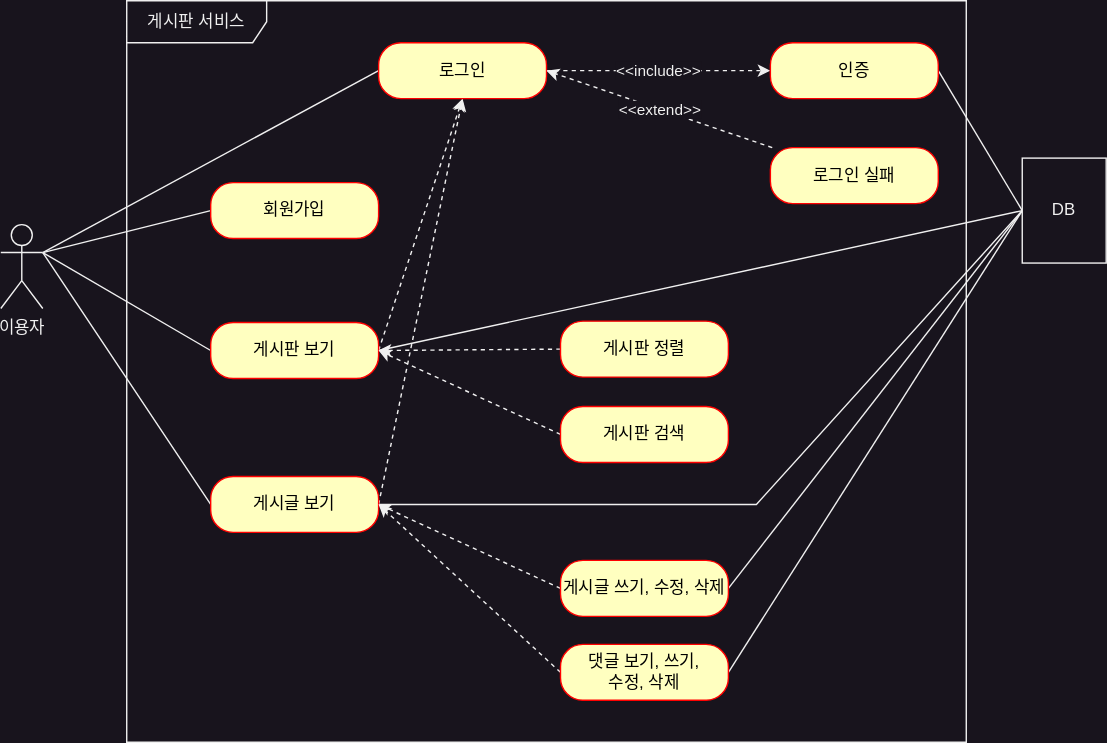
Above: document/use-case.svg in godori93/board (draw.io), before the change. Source tidied: cells renumbered, new cells last; positions are measured from the earlier drawing's top-left corner, leaving out a move shared by most shapes.
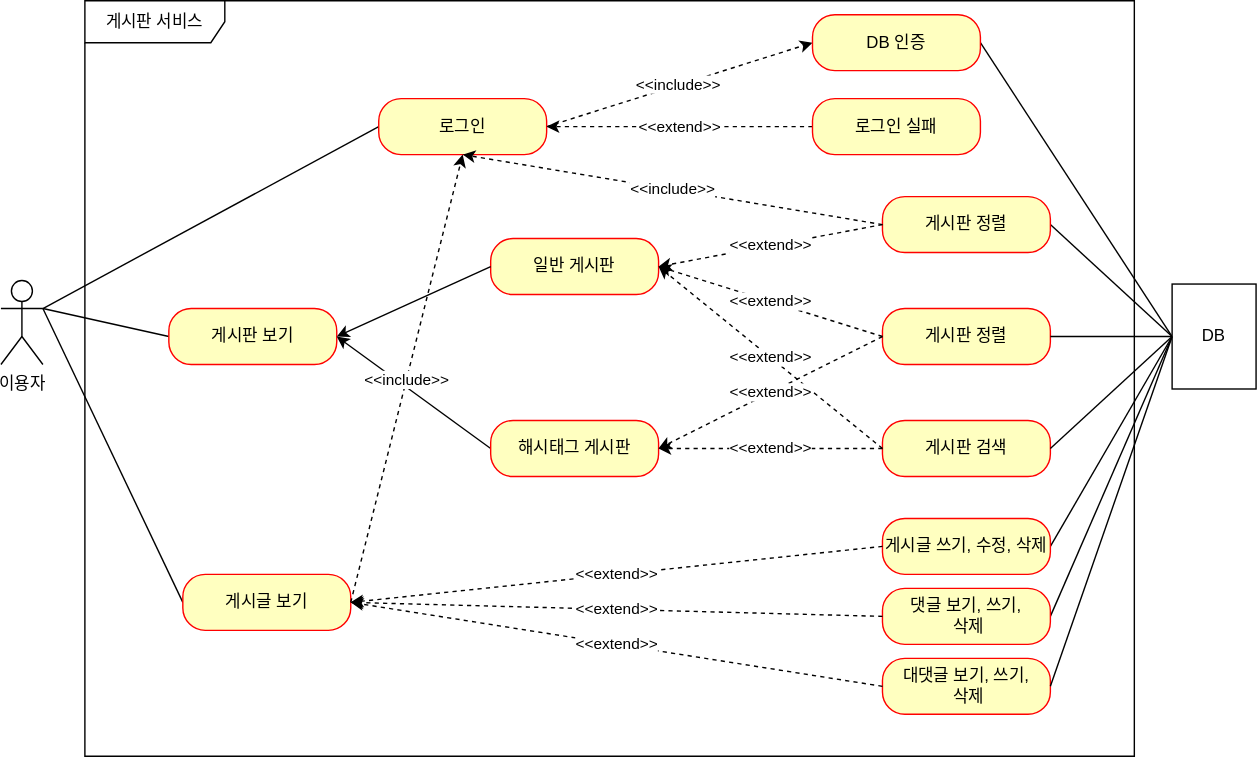
Later version of the same file.

The edit, as a diff of the source:
```diff
@@ -2,109 +2,132 @@
   <root>
     <mxCell id="0" />
     <mxCell id="1" parent="0" />
-    <mxCell id="2" style="rounded=0;jettySize=auto;html=1;exitX=1;exitY=0.3333333333333333;exitDx=0;exitDy=0;exitPerimeter=0;entryX=0;entryY=0.5;entryDx=0;entryDy=0;endArrow=none;endFill=0;" parent="1" edge="1" source="3" target="5">
-      <mxGeometry relative="1" as="geometry" />
-    </mxCell>
     <mxCell id="3" value="이용자" style="shape=umlActor;verticalLabelPosition=bottom;verticalAlign=top;html=1;" parent="1" vertex="1">
-      <mxGeometry y="160" width="30" height="60" as="geometry" />
+      <mxGeometry x="-40" y="150" width="30" height="60" as="geometry" />
     </mxCell>
     <mxCell id="4" value="게시판 서비스" style="shape=umlFrame;whiteSpace=wrap;html=1;width=100;height=30;" parent="1" vertex="1">
-      <mxGeometry x="90" width="600" height="530" as="geometry" />
+      <mxGeometry x="20" y="-50" width="750" height="540" as="geometry" />
     </mxCell>
-    <mxCell id="5" value="회원가입" style="rounded=1;whiteSpace=wrap;html=1;arcSize=40;fontColor=#000000;fillColor=#ffffc0;strokeColor=#ff0000;" parent="1" vertex="1">
-      <mxGeometry x="150" y="130" width="120" height="40" as="geometry" />
-    </mxCell>
     <mxCell id="6" style="rounded=0;jettySize=auto;html=1;exitX=0;exitY=0.5;exitDx=0;exitDy=0;entryX=1;entryY=0.3333333333333333;entryDx=0;entryDy=0;entryPerimeter=0;endArrow=none;endFill=0;" parent="1" edge="1" source="9" target="3">
       <mxGeometry relative="1" as="geometry" />
     </mxCell>
-    <mxCell id="7" style="rounded=0;jettySize=auto;html=1;exitX=1;exitY=0.5;exitDx=0;exitDy=0;entryX=0.5;entryY=1;entryDx=0;entryDy=0;dashed=1;" parent="1" edge="1" source="9" target="16">
-      <mxGeometry relative="1" as="geometry" />
-    </mxCell>
-    <mxCell id="8" style="rounded=0;jettySize=auto;html=1;exitX=1;exitY=0.5;exitDx=0;exitDy=0;entryX=0;entryY=0.5;entryDx=0;entryDy=0;endArrow=none;endFill=0;" parent="1" edge="1" source="9" target="31">
+    <mxCell id="8" style="rounded=0;jettySize=auto;html=1;exitX=1;exitY=0.5;exitDx=0;exitDy=0;entryX=0;entryY=0.5;entryDx=0;entryDy=0;endArrow=none;endFill=0;" parent="1" edge="1" source="24" target="31">
       <mxGeometry relative="1" as="geometry" />
     </mxCell>
     <mxCell id="9" value="게시판 보기" style="rounded=1;whiteSpace=wrap;html=1;arcSize=40;fontColor=#000000;fillColor=#ffffc0;strokeColor=#ff0000;" parent="1" vertex="1">
-      <mxGeometry x="150" y="230" width="120" height="40" as="geometry" />
+      <mxGeometry x="80" y="170" width="120" height="40" as="geometry" />
     </mxCell>
-    <mxCell id="10" style="rounded=0;jettySize=auto;html=1;exitX=0;exitY=0.5;exitDx=0;exitDy=0;endArrow=none;endFill=0;" parent="1" edge="1" source="13">
-      <mxGeometry relative="1" as="geometry">
-        <mxPoint x="30" y="180" as="targetPoint" />
-      </mxGeometry>
+    <mxCell id="10" style="rounded=0;jettySize=auto;html=1;exitX=0;exitY=0.5;exitDx=0;exitDy=0;endArrow=none;endFill=0;entryX=1;entryY=0.3333333333333333;entryDx=0;entryDy=0;entryPerimeter=0;" parent="1" edge="1" source="13" target="3">
+      <mxGeometry relative="1" as="geometry" />
     </mxCell>
-    <mxCell id="11" style="rounded=0;jettySize=auto;html=1;exitX=1;exitY=0.5;exitDx=0;exitDy=0;entryX=0.5;entryY=1;entryDx=0;entryDy=0;dashed=1;" parent="1" edge="1" source="13" target="16">
-      <mxGeometry relative="1" as="geometry" />
-    </mxCell>
-    <mxCell id="12" style="rounded=0;jettySize=auto;html=1;exitX=1;exitY=0.5;exitDx=0;exitDy=0;entryX=0;entryY=0.5;entryDx=0;entryDy=0;endArrow=none;endFill=0;" parent="1" edge="1" source="13" target="31">
-      <mxGeometry relative="1" as="geometry">
-        <Array as="points">
-          <mxPoint x="540" y="360" />
-        </Array>
-      </mxGeometry>
-    </mxCell>
     <mxCell id="13" value="게시글 보기" style="rounded=1;whiteSpace=wrap;html=1;arcSize=40;fontColor=#000000;fillColor=#ffffc0;strokeColor=#ff0000;" parent="1" vertex="1">
-      <mxGeometry x="150" y="340" width="120" height="40" as="geometry" />
+      <mxGeometry x="90" y="360" width="120" height="40" as="geometry" />
     </mxCell>
     <mxCell id="14" style="rounded=0;jettySize=auto;html=1;exitX=0;exitY=0.5;exitDx=0;exitDy=0;endArrow=none;endFill=0;" parent="1" edge="1" source="16">
       <mxGeometry relative="1" as="geometry">
-        <mxPoint x="30" y="180" as="targetPoint" />
+        <mxPoint x="-10" y="170" as="targetPoint" />
       </mxGeometry>
     </mxCell>
     <mxCell id="15" value="&amp;lt;&amp;lt;include&amp;gt;&amp;gt;" style="rounded=0;jettySize=auto;html=1;exitX=1;exitY=0.5;exitDx=0;exitDy=0;entryX=0;entryY=0.5;entryDx=0;entryDy=0;endArrow=classic;endFill=1;dashed=1;" parent="1" edge="1" source="16" target="18">
       <mxGeometry relative="1" as="geometry" />
     </mxCell>
     <mxCell id="16" value="로그인" style="rounded=1;whiteSpace=wrap;html=1;arcSize=40;fontColor=#000000;fillColor=#ffffc0;strokeColor=#ff0000;" parent="1" vertex="1">
-      <mxGeometry x="270" y="30" width="120" height="40" as="geometry" />
+      <mxGeometry x="230" y="20" width="120" height="40" as="geometry" />
     </mxCell>
     <mxCell id="17" style="rounded=0;jettySize=auto;html=1;exitX=1;exitY=0.5;exitDx=0;exitDy=0;entryX=0;entryY=0.5;entryDx=0;entryDy=0;endArrow=none;endFill=0;" parent="1" edge="1" source="18" target="31">
       <mxGeometry relative="1" as="geometry" />
     </mxCell>
-    <mxCell id="18" value="인증" style="rounded=1;whiteSpace=wrap;html=1;arcSize=40;fontColor=#000000;fillColor=#ffffc0;strokeColor=#ff0000;" parent="1" vertex="1">
-      <mxGeometry x="550" y="30" width="120" height="40" as="geometry" />
+    <mxCell id="18" value="DB 인증" style="rounded=1;whiteSpace=wrap;html=1;arcSize=40;fontColor=#000000;fillColor=#ffffc0;strokeColor=#ff0000;" parent="1" vertex="1">
+      <mxGeometry x="540" y="-40" width="120" height="40" as="geometry" />
     </mxCell>
     <mxCell id="19" value="&amp;lt;&amp;lt;extend&amp;gt;&amp;gt;" style="rounded=0;jettySize=auto;html=1;entryX=1;entryY=0.5;entryDx=0;entryDy=0;endArrow=classic;endFill=1;dashed=1;" parent="1" edge="1" source="20" target="16">
       <mxGeometry relative="1" as="geometry" />
     </mxCell>
     <mxCell id="20" value="로그인 실패" style="rounded=1;whiteSpace=wrap;html=1;arcSize=40;fontColor=#000000;fillColor=#ffffc0;strokeColor=#ff0000;" parent="1" vertex="1">
-      <mxGeometry x="550" y="105" width="120" height="40" as="geometry" />
+      <mxGeometry x="540" y="20" width="120" height="40" as="geometry" />
     </mxCell>
-    <mxCell id="21" style="rounded=0;jettySize=auto;html=1;exitX=0;exitY=0.5;exitDx=0;exitDy=0;dashed=1;" parent="1" edge="1" source="22">
-      <mxGeometry relative="1" as="geometry">
-        <mxPoint x="270" y="250" as="targetPoint" />
-      </mxGeometry>
+    <mxCell id="21" style="rounded=0;jettySize=auto;html=1;exitX=0;exitY=0.5;exitDx=0;exitDy=0;entryX=1;entryY=0.5;entryDx=0;entryDy=0;" parent="1" edge="1" source="39" target="9">
+      <mxGeometry relative="1" as="geometry" />
     </mxCell>
     <mxCell id="22" value="게시판 검색" style="rounded=1;whiteSpace=wrap;html=1;arcSize=40;fontColor=#000000;fillColor=#ffffc0;strokeColor=#ff0000;" parent="1" vertex="1">
-      <mxGeometry x="400" y="290" width="120" height="40" as="geometry" />
+      <mxGeometry x="590" y="250" width="120" height="40" as="geometry" />
     </mxCell>
-    <mxCell id="23" style="rounded=0;jettySize=auto;html=1;exitX=0;exitY=0.5;exitDx=0;exitDy=0;entryX=1;entryY=0.5;entryDx=0;entryDy=0;dashed=1;" parent="1" edge="1" source="24" target="9">
-      <mxGeometry relative="1" as="geometry" />
-    </mxCell>
     <mxCell id="24" value="게시판 정렬" style="rounded=1;whiteSpace=wrap;html=1;arcSize=40;fontColor=#000000;fillColor=#ffffc0;strokeColor=#ff0000;" parent="1" vertex="1">
-      <mxGeometry x="400" y="229" width="120" height="40" as="geometry" />
+      <mxGeometry x="590" y="90" width="120" height="40" as="geometry" />
     </mxCell>
-    <mxCell id="25" style="rounded=0;jettySize=auto;html=1;exitX=0;exitY=0.5;exitDx=0;exitDy=0;entryX=1;entryY=0.5;entryDx=0;entryDy=0;dashed=1;" parent="1" edge="1" source="27" target="13">
-      <mxGeometry relative="1" as="geometry" />
-    </mxCell>
     <mxCell id="26" style="rounded=0;jettySize=auto;html=1;exitX=1;exitY=0.5;exitDx=0;exitDy=0;entryX=0;entryY=0.5;entryDx=0;entryDy=0;endArrow=none;endFill=0;" parent="1" edge="1" source="27" target="31">
       <mxGeometry relative="1" as="geometry" />
     </mxCell>
     <mxCell id="27" value="게시글 쓰기, 수정, 삭제" style="rounded=1;whiteSpace=wrap;html=1;arcSize=40;fontColor=#000000;fillColor=#ffffc0;strokeColor=#ff0000;" parent="1" vertex="1">
-      <mxGeometry x="400" y="400" width="120" height="40" as="geometry" />
+      <mxGeometry x="590" y="320" width="120" height="40" as="geometry" />
     </mxCell>
-    <mxCell id="28" style="rounded=0;jettySize=auto;html=1;exitX=0;exitY=0.5;exitDx=0;exitDy=0;dashed=1;" parent="1" edge="1" source="30">
-      <mxGeometry relative="1" as="geometry">
-        <mxPoint x="270" y="360" as="targetPoint" />
-      </mxGeometry>
-    </mxCell>
-    <mxCell id="29" style="rounded=0;jettySize=auto;html=1;exitX=1;exitY=0.5;exitDx=0;exitDy=0;endArrow=none;endFill=0;" parent="1" edge="1" source="30">
-      <mxGeometry relative="1" as="geometry">
-        <mxPoint x="730" y="150" as="targetPoint" />
-      </mxGeometry>
+    <mxCell id="29" style="rounded=0;jettySize=auto;html=1;exitX=1;exitY=0.5;exitDx=0;exitDy=0;endArrow=none;endFill=0;entryX=0;entryY=0.5;entryDx=0;entryDy=0;" parent="1" edge="1" source="30" target="31">
+      <mxGeometry relative="1" as="geometry" />
     </mxCell>
-    <mxCell id="30" value="댓글 보기, 쓰기, &lt;br&gt;수정, 삭제" style="rounded=1;whiteSpace=wrap;html=1;arcSize=40;fontColor=#000000;fillColor=#ffffc0;strokeColor=#ff0000;" parent="1" vertex="1">
-      <mxGeometry x="400" y="460" width="120" height="40" as="geometry" />
+    <mxCell id="30" value="댓글 보기, 쓰기, &lt;br&gt;&amp;nbsp;삭제" style="rounded=1;whiteSpace=wrap;html=1;arcSize=40;fontColor=#000000;fillColor=#ffffc0;strokeColor=#ff0000;" parent="1" vertex="1">
+      <mxGeometry x="590" y="370" width="120" height="40" as="geometry" />
     </mxCell>
     <mxCell id="31" value="DB" style="html=1;whiteSpace=wrap;" parent="1" vertex="1">
-      <mxGeometry x="730" y="112.5" width="60" height="75" as="geometry" />
+      <mxGeometry x="797" y="152.5" width="60" height="75" as="geometry" />
     </mxCell>
+    <mxCell id="32" value="게시판 정렬" style="rounded=1;whiteSpace=wrap;html=1;arcSize=40;fontColor=#000000;fillColor=#ffffc0;strokeColor=#ff0000;" parent="1" vertex="1">
+      <mxGeometry x="590" y="170" width="120" height="40" as="geometry" />
+    </mxCell>
+    <mxCell id="33" value="대댓글 보기, 쓰기, &lt;br&gt;&amp;nbsp;삭제" style="rounded=1;whiteSpace=wrap;html=1;arcSize=40;fontColor=#000000;fillColor=#ffffc0;strokeColor=#ff0000;" parent="1" vertex="1">
+      <mxGeometry x="590" y="420" width="120" height="40" as="geometry" />
+    </mxCell>
+    <mxCell id="34" value="&amp;lt;&amp;lt;extend&amp;gt;&amp;gt;" style="rounded=0;jettySize=auto;html=1;endArrow=classic;endFill=1;dashed=1;exitX=0;exitY=0.5;exitDx=0;exitDy=0;entryX=1;entryY=0.5;entryDx=0;entryDy=0;" parent="1" edge="1" source="33" target="13">
+      <mxGeometry relative="1" as="geometry" />
+    </mxCell>
+    <mxCell id="35" value="&amp;lt;&amp;lt;extend&amp;gt;&amp;gt;" style="rounded=0;jettySize=auto;html=1;endArrow=classic;endFill=1;dashed=1;exitX=0;exitY=0.5;exitDx=0;exitDy=0;entryX=1;entryY=0.5;entryDx=0;entryDy=0;" parent="1" edge="1" source="30" target="13">
+      <mxGeometry relative="1" as="geometry" />
+    </mxCell>
+    <mxCell id="25" value="&amp;lt;&amp;lt;extend&amp;gt;&amp;gt;" style="rounded=0;jettySize=auto;html=1;endArrow=classic;endFill=1;dashed=1;exitX=0;exitY=0.5;exitDx=0;exitDy=0;entryX=1;entryY=0.5;entryDx=0;entryDy=0;" parent="1" edge="1" source="27" target="13">
+      <mxGeometry relative="1" as="geometry" />
+    </mxCell>
+    <mxCell id="36" style="rounded=0;jettySize=auto;html=1;exitX=1;exitY=0.5;exitDx=0;exitDy=0;endArrow=none;endFill=0;entryX=0;entryY=0.5;entryDx=0;entryDy=0;" parent="1" edge="1" source="33" target="31">
+      <mxGeometry relative="1" as="geometry" />
+    </mxCell>
+    <mxCell id="37" style="edgeStyle=orthogonalEdgeStyle;rounded=0;orthogonalLoop=1;jettySize=auto;html=1;exitX=0.5;exitY=1;exitDx=0;exitDy=0;" parent="1" edge="1" source="32" target="32">
+      <mxGeometry relative="1" as="geometry" />
+    </mxCell>
+    <mxCell id="38" value="일반 게시판" style="rounded=1;whiteSpace=wrap;html=1;arcSize=40;fontColor=#000000;fillColor=#ffffc0;strokeColor=#ff0000;" parent="1" vertex="1">
+      <mxGeometry x="310" y="120" width="120" height="40" as="geometry" />
+    </mxCell>
+    <mxCell id="39" value="해시태그 게시판" style="rounded=1;whiteSpace=wrap;html=1;arcSize=40;fontColor=#000000;fillColor=#ffffc0;strokeColor=#ff0000;" parent="1" vertex="1">
+      <mxGeometry x="310" y="250" width="120" height="40" as="geometry" />
+    </mxCell>
+    <mxCell id="40" value="&amp;lt;&amp;lt;extend&amp;gt;&amp;gt;" style="rounded=0;jettySize=auto;html=1;entryX=1;entryY=0.5;entryDx=0;entryDy=0;endArrow=classic;endFill=1;dashed=1;exitX=0;exitY=0.5;exitDx=0;exitDy=0;" parent="1" edge="1" source="24" target="38">
+      <mxGeometry relative="1" as="geometry" />
+    </mxCell>
+    <mxCell id="41" value="&amp;lt;&amp;lt;extend&amp;gt;&amp;gt;" style="rounded=0;jettySize=auto;html=1;entryX=1;entryY=0.5;entryDx=0;entryDy=0;endArrow=classic;endFill=1;dashed=1;exitX=0;exitY=0.5;exitDx=0;exitDy=0;" parent="1" edge="1" source="32" target="38">
+      <mxGeometry relative="1" as="geometry" />
+    </mxCell>
+    <mxCell id="42" value="&amp;lt;&amp;lt;extend&amp;gt;&amp;gt;" style="rounded=0;jettySize=auto;html=1;entryX=1;entryY=0.5;entryDx=0;entryDy=0;endArrow=classic;endFill=1;dashed=1;exitX=0;exitY=0.5;exitDx=0;exitDy=0;" parent="1" edge="1" source="22" target="39">
+      <mxGeometry relative="1" as="geometry" />
+    </mxCell>
+    <mxCell id="43" value="&amp;lt;&amp;lt;extend&amp;gt;&amp;gt;" style="rounded=0;jettySize=auto;html=1;endArrow=classic;endFill=1;dashed=1;exitX=0;exitY=0.5;exitDx=0;exitDy=0;" parent="1" edge="1" source="22">
+      <mxGeometry relative="1" as="geometry">
+        <mxPoint x="430" y="140" as="targetPoint" />
+      </mxGeometry>
+    </mxCell>
+    <mxCell id="44" value="&amp;lt;&amp;lt;extend&amp;gt;&amp;gt;" style="rounded=0;jettySize=auto;html=1;entryX=1;entryY=0.5;entryDx=0;entryDy=0;endArrow=classic;endFill=1;dashed=1;exitX=0;exitY=0.5;exitDx=0;exitDy=0;" parent="1" edge="1" source="32" target="39">
+      <mxGeometry relative="1" as="geometry" />
+    </mxCell>
+    <mxCell id="45" style="rounded=0;jettySize=auto;html=1;exitX=1;exitY=0.5;exitDx=0;exitDy=0;entryX=0;entryY=0.5;entryDx=0;entryDy=0;endArrow=none;endFill=0;" parent="1" edge="1" source="22" target="31">
+      <mxGeometry relative="1" as="geometry" />
+    </mxCell>
+    <mxCell id="46" style="rounded=0;jettySize=auto;html=1;exitX=1;exitY=0.5;exitDx=0;exitDy=0;endArrow=none;endFill=0;entryX=0;entryY=0.5;entryDx=0;entryDy=0;" parent="1" edge="1" source="32" target="31">
+      <mxGeometry relative="1" as="geometry" />
+    </mxCell>
+    <mxCell id="47" style="rounded=0;jettySize=auto;html=1;exitX=0;exitY=0.5;exitDx=0;exitDy=0;entryX=1;entryY=0.5;entryDx=0;entryDy=0;" parent="1" edge="1" source="38" target="9">
+      <mxGeometry relative="1" as="geometry" />
+    </mxCell>
+    <mxCell id="48" value="&amp;lt;&amp;lt;include&amp;gt;&amp;gt;" style="rounded=0;jettySize=auto;html=1;exitX=0;exitY=0.5;exitDx=0;exitDy=0;entryX=0.5;entryY=1;entryDx=0;entryDy=0;endArrow=classic;endFill=1;dashed=1;" parent="1" edge="1" source="24" target="16">
+      <mxGeometry relative="1" as="geometry" />
+    </mxCell>
+    <mxCell id="11" value="&amp;lt;&amp;lt;include&amp;gt;&amp;gt;" style="rounded=0;jettySize=auto;html=1;exitX=1;exitY=0.5;exitDx=0;exitDy=0;endArrow=classic;endFill=1;dashed=1;entryX=0.5;entryY=1;entryDx=0;entryDy=0;" parent="1" edge="1" source="13" target="16">
+      <mxGeometry relative="1" as="geometry" />
+    </mxCell>
   </root>
 </mxGraphModel>
```
